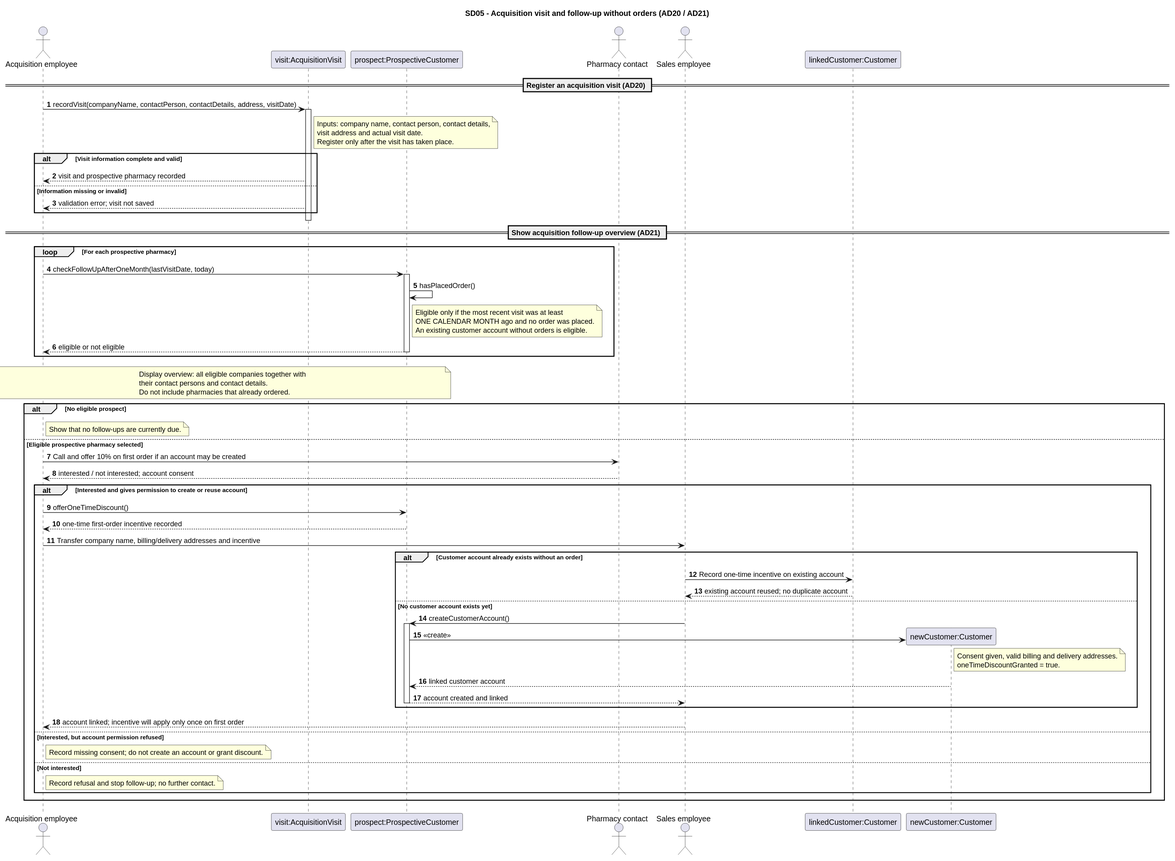
Above: Documentation/Architecture/uml/export/sequence_diagrams/SD05_PotentieleKlantGeenBestelling.svg in ViktorQorri/Project-Timaflu (PlantUML), before the change.
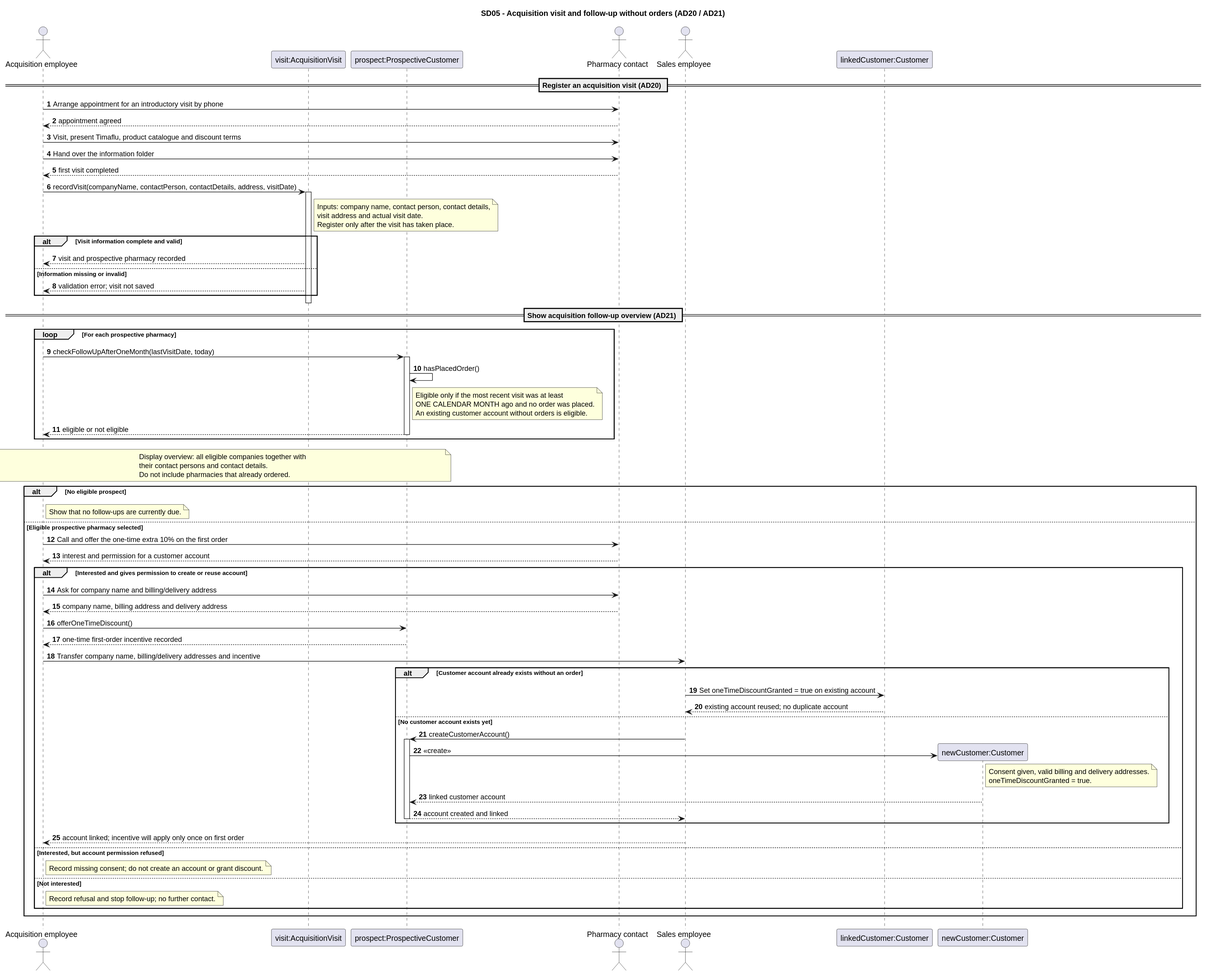
After the commit.

Change to the diagram source:
```diff
@@ -10,6 +10,11 @@
 participant "linkedCustomer:Customer" as ExistingCustomer
 
 == Register an acquisition visit (AD20) ==
+Acquisition -> Pharmacy: Arrange appointment for an introductory visit by phone
+Pharmacy --> Acquisition: appointment agreed
+Acquisition -> Pharmacy: Visit, present Timaflu, product catalogue and discount terms
+Acquisition -> Pharmacy: Hand over the information folder
+Pharmacy --> Acquisition: first visit completed
 Acquisition -> Visit: recordVisit(companyName, contactPerson, contactDetails, address, visitDate)
 activate Visit
 note right of Visit
@@ -46,14 +51,16 @@
 alt No eligible prospect
   note right of Acquisition: Show that no follow-ups are currently due.
 else Eligible prospective pharmacy selected
-  Acquisition -> Pharmacy: Call and offer 10% on first order if an account may be created
-  Pharmacy --> Acquisition: interested / not interested; account consent
+  Acquisition -> Pharmacy: Call and offer the one-time extra 10% on the first order
+  Pharmacy --> Acquisition: interest and permission for a customer account
   alt Interested and gives permission to create or reuse account
+    Acquisition -> Pharmacy: Ask for company name and billing/delivery address
+    Pharmacy --> Acquisition: company name, billing address and delivery address
     Acquisition -> Prospect: offerOneTimeDiscount()
     Prospect --> Acquisition: one-time first-order incentive recorded
     Acquisition -> Sales: Transfer company name, billing/delivery addresses and incentive
     alt Customer account already exists without an order
-      Sales -> ExistingCustomer: Record one-time incentive on existing account
+      Sales -> ExistingCustomer: Set oneTimeDiscountGranted = true on existing account
       ExistingCustomer --> Sales: existing account reused; no duplicate account
     else No customer account exists yet
       Sales -> Prospect: createCustomerAccount()
```
